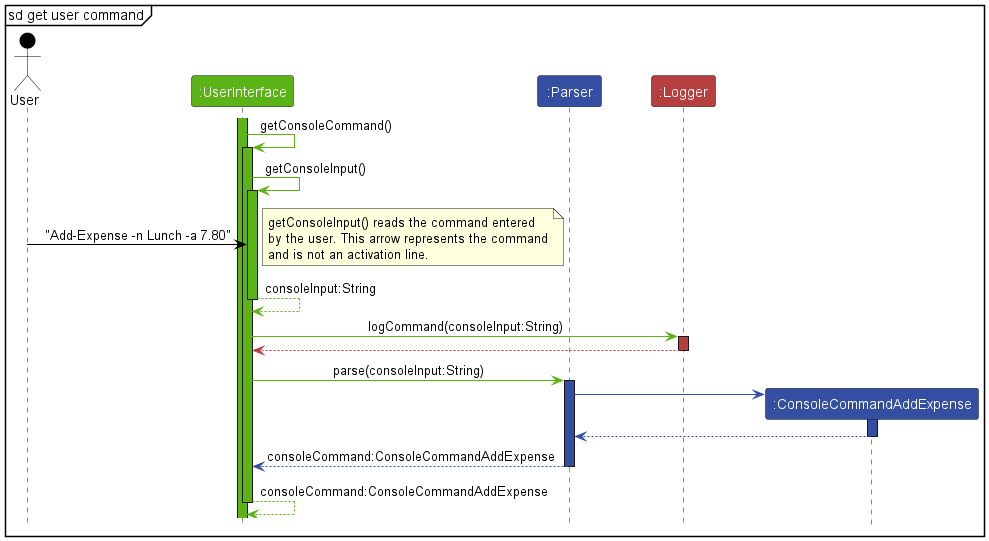
Before: docs/images/ComponentInteractionsSDGetUserCommand.png, a diagram exported from PlantUML (nus-cs2113-AY2223S1/tp).
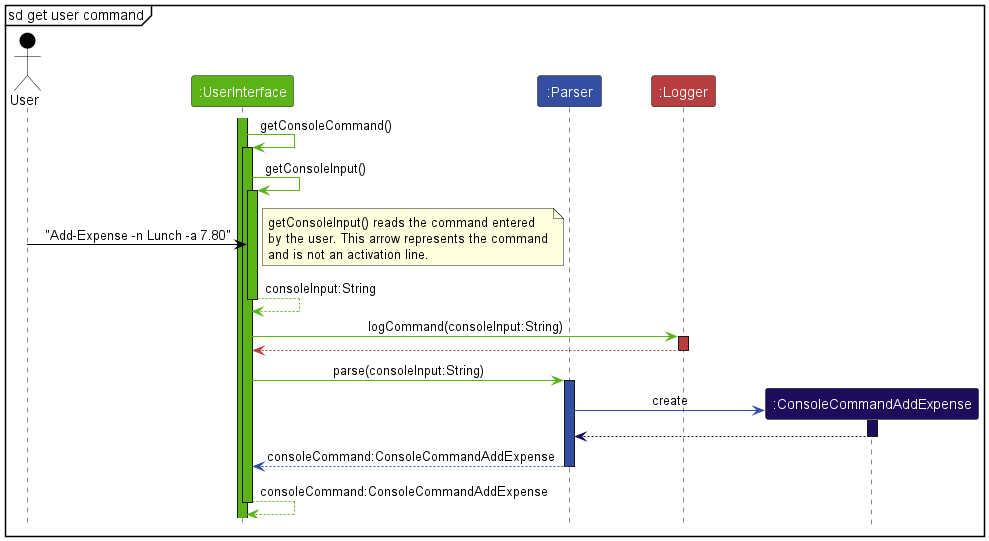
The same diagram one commit later.

Commit message:
Add label to get user command sd

Change to the diagram source:
```diff
@@ -8,7 +8,7 @@
 Participant ":UserInterface" as UserInterface USER_INTERFACE_COLOR_1
 Participant ":Parser" as Parser PARSER_COLOR_1
 Participant ":Logger" as Logger LOGGER_COLOR_1
-Participant ":ConsoleCommandAddExpense" as ConsoleCommandAddExpense PARSER_COLOR_1
+Participant ":ConsoleCommandAddExpense" as ConsoleCommandAddExpense DATA_COLOR_1
 
 activate UserInterface USER_INTERFACE_COLOR_1
 
@@ -38,10 +38,10 @@
 activate Parser PARSER_COLOR_1
 
 create ConsoleCommandAddExpense
-Parser -[PARSER_COLOR_1]> ConsoleCommandAddExpense
-activate ConsoleCommandAddExpense PARSER_COLOR_1
+Parser -[PARSER_COLOR_1]> ConsoleCommandAddExpense : create
+activate ConsoleCommandAddExpense DATA_COLOR_1
 
-ConsoleCommandAddExpense --[PARSER_COLOR_1]> Parser
+ConsoleCommandAddExpense --[DATA_COLOR_1]> Parser
 deactivate ConsoleCommandAddExpense
 
 Parser --[PARSER_COLOR_1]> UserInterface : consoleCommand:ConsoleCommandAddExpense
```
